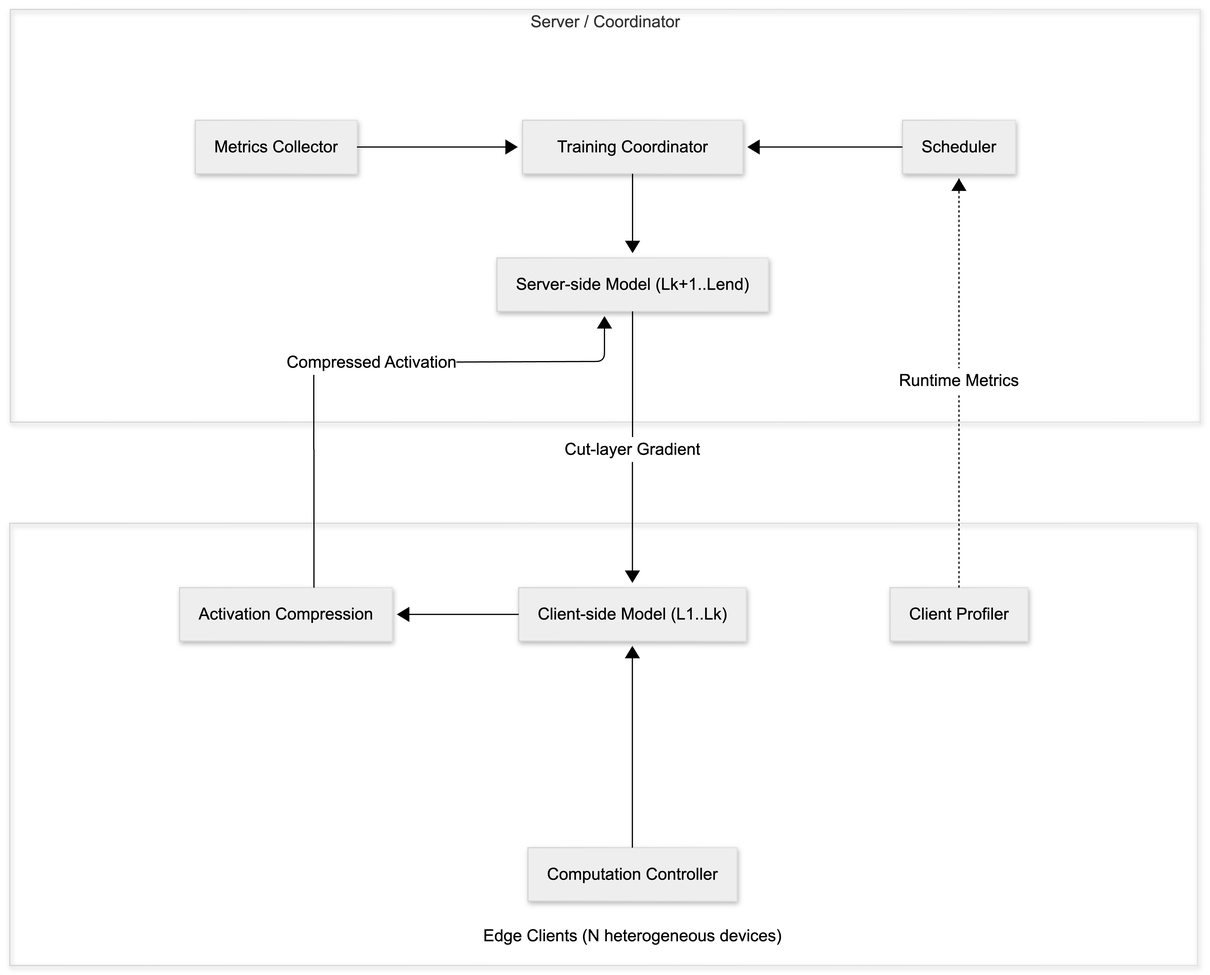
The Mermaid diagram paper/diagrams/Architecture.png in Neltharion1127/csc8114, before a commit. Its source is kept beside it as paper/diagrams/Architecture.mmd. Its diagram source:
```mermaid
---
config:
  theme: neutral
  themeVariables:
    fontFamily: arial
    fontSize: 14px
    primaryColor: '#ffffff'
    primaryTextColor: '#000000'
    primaryBorderColor: '#000000'
    lineColor: '#000000'
    secondaryColor: '#f2f2f2'
    tertiaryColor: '#ffffff'
    clusterBkg: none
    clusterBorder: '#000000'
  layout: fixed
---
flowchart LR
 subgraph C["<br>"]
        CC["Computation Controller"]
        M["Client-side Model (L1..Lk)"]
        AC["Activation Compression"]
        P["Client Profiler"]
  end
 subgraph S["Server / Coordinator"]
        SM["Server-side Model (Lk+1..Lend)"]
        SCH["Scheduler"]
        COOR@{ label: "<p class=\"p1\">Training Coordinator</p>" }
        MET["Metrics Collector"]
  end
    CC --> M
    M --> AC
    SM -- "<span style=color:>Cut-layer Gradient</span>" --> M
    SCH --> COOR
    COOR --> SM
    P -. "<span style=color:>Runtime Metrics</span>" .-> SCH
    AC -- "<span style=color:>Compressed Activation</span>" --> SM
    MET --> COOR
    n1@{ label: "<span style=\"color:\">Edge Clients (N heterogeneous devices)</span>" }

    COOR@{ shape: rect}
    n1@{ shape: text}
```
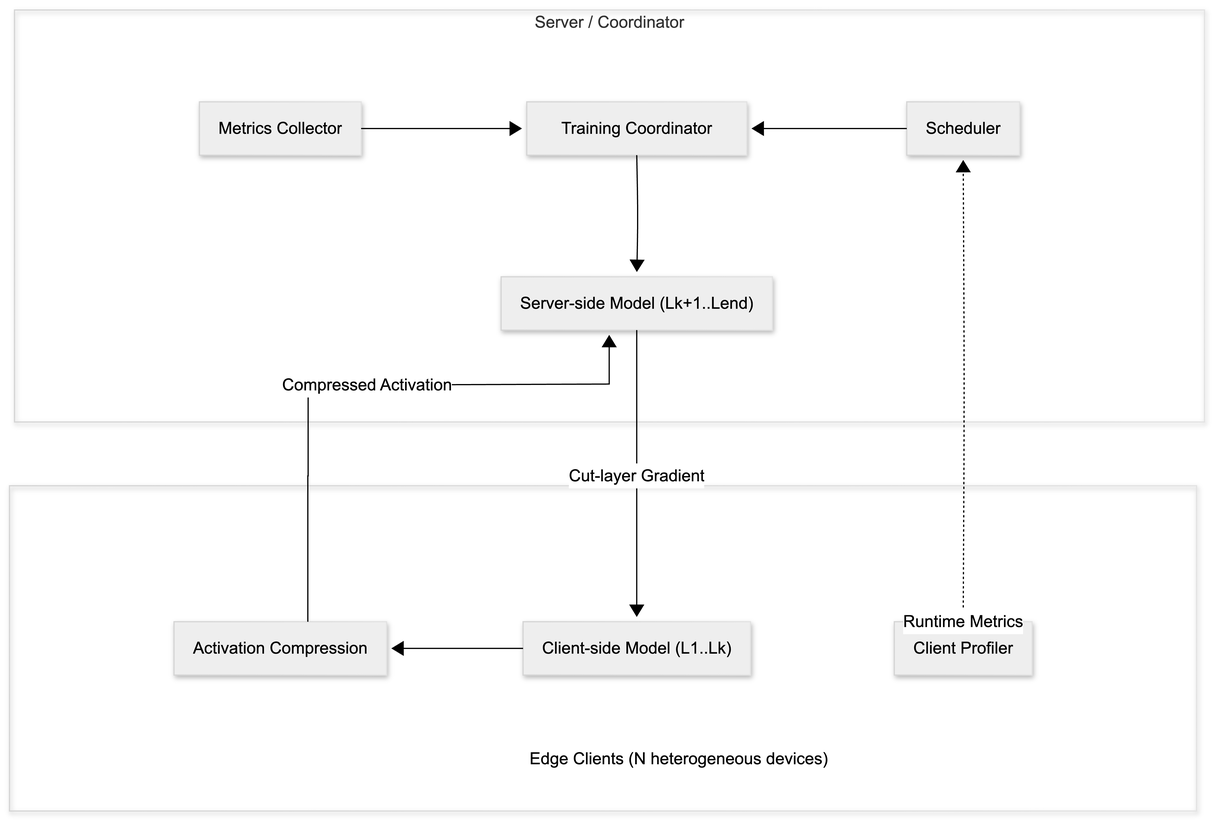
Above is the later version.

Diff of the diagram source:
```diff
@@ -16,7 +16,6 @@
 ---
 flowchart LR
  subgraph C["<br>"]
-        CC["Computation Controller"]
         M["Client-side Model (L1..Lk)"]
         AC["Activation Compression"]
         P["Client Profiler"]
@@ -27,15 +26,16 @@
         COOR@{ label: "<p class=\"p1\">Training Coordinator</p>" }
         MET["Metrics Collector"]
   end
-    CC --> M
     M --> AC
     SM -- "<span style=color:>Cut-layer Gradient</span>" --> M
     SCH --> COOR
     COOR --> SM
     P -. "<span style=color:>Runtime Metrics</span>" .-> SCH
-    AC -- "<span style=color:>Compressed Activation</span>" --> SM
     MET --> COOR
+    AC L_AC_SM_0@-- Compressed Activation --> SM
     n1@{ label: "<span style=\"color:\">Edge Clients (N heterogeneous devices)</span>" }
 
     COOR@{ shape: rect}
     n1@{ shape: text}
+
+    L_AC_SM_0@{ curve: linear }
```
